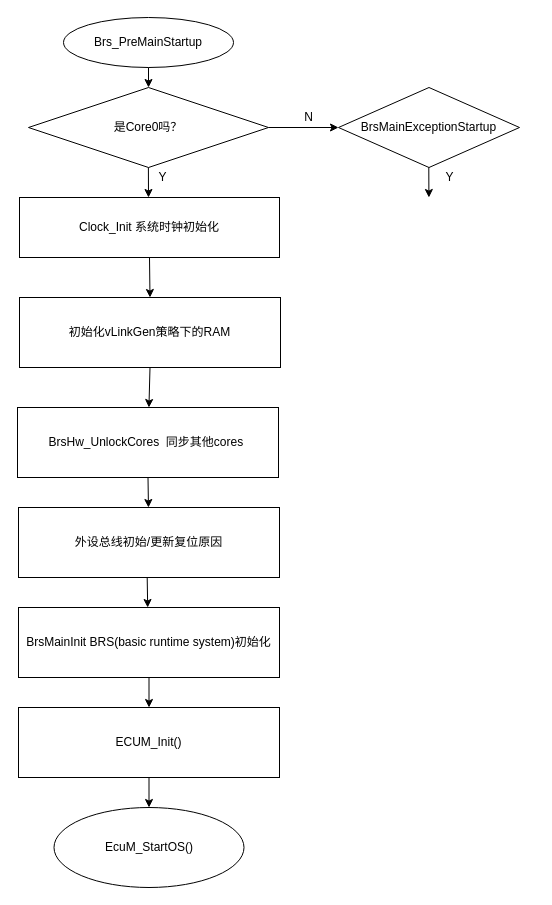
muxi01/process_scheme keeps this draw.io diagram as page "APP" (2 of 4) of Untitled Diagram.drawio. Above is the earlier version. Source tidied: cells renumbered, new cells numbered last; positions are measured from the earlier drawing's top-left corner, leaving out a move shared by most shapes. Both pictures are drawn from the tidied source at 100%, with x=0, y=0 at pixel (17, 17).
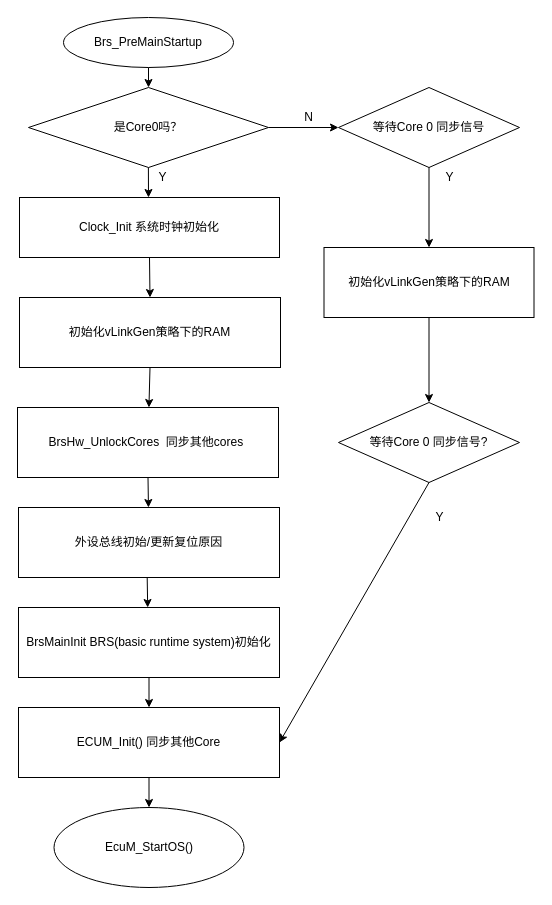
Above is the later version.

What changed in the source:
```diff
@@
-    <mxCell id="10" value="BrsMainExceptionStartup" style="rhombus;whiteSpace=wrap;html=1;" parent="1" vertex="1">
+    <mxCell id="10" value="等待Core 0 同步信号" style="rhombus;whiteSpace=wrap;html=1;" parent="1" vertex="1">
       <mxGeometry x="321" y="70" width="181" height="80" as="geometry" />
     </mxCell>
@@
-    <mxCell id="12" style="endArrow=classic;html=1;rounded=0;exitX=0.5;exitY=1;exitDx=0;exitDy=0;" parent="1" edge="1">
-      <mxGeometry relative="1" as="geometry">
-        <mxPoint x="411.3" y="150" as="sourcePoint" />
-        <mxPoint x="411.4" y="180" as="targetPoint" />
-      </mxGeometry>
-    </mxCell>
@@
-    <mxCell id="19" value="ECUM_Init()" style="rounded=0;whiteSpace=wrap;html=1;" parent="1" vertex="1">
+    <mxCell id="19" value="ECUM_Init() 同步其他Core" style="rounded=0;whiteSpace=wrap;html=1;" parent="1" vertex="1">
       <mxGeometry x="1" y="690" width="261" height="70" as="geometry" />
     </mxCell>
@@
+    <mxCell id="25" value="等待Core 0 同步信号?" style="rhombus;whiteSpace=wrap;html=1;" parent="1" vertex="1">
+      <mxGeometry x="321" y="385" width="181" height="80" as="geometry" />
+    </mxCell>
+    <mxCell id="26" value="初始化vLinkGen策略下的RAM" style="rounded=0;whiteSpace=wrap;html=1;" parent="1" vertex="1">
+      <mxGeometry x="306.5" y="230" width="210" height="70" as="geometry" />
+    </mxCell>
+    <mxCell id="27" style="endArrow=classic;html=1;rounded=0;entryX=0.5;entryY=0;entryDx=0;entryDy=0;exitX=0.5;exitY=1;exitDx=0;exitDy=0;" parent="1" edge="1" source="10" target="26">
+      <mxGeometry relative="1" as="geometry" />
+    </mxCell>
+    <mxCell id="28" style="endArrow=classic;html=1;rounded=0;exitX=0.5;exitY=1;exitDx=0;exitDy=0;" parent="1" edge="1" source="26" target="25">
+      <mxGeometry relative="1" as="geometry" />
+    </mxCell>
+    <mxCell id="29" style="endArrow=classic;html=1;rounded=0;entryX=1;entryY=0.5;entryDx=0;entryDy=0;exitX=0.5;exitY=1;exitDx=0;exitDy=0;" parent="1" edge="1" source="25" target="19">
+      <mxGeometry relative="1" as="geometry" />
+    </mxCell>
+    <mxCell id="30" value="Y" style="text;html=1;align=center;verticalAlign=middle;fillColor=none;strokeColor=none;rounded=0;" parent="1" vertex="1">
+      <mxGeometry x="412" y="490" width="20" height="20" as="geometry" />
+    </mxCell>
```
